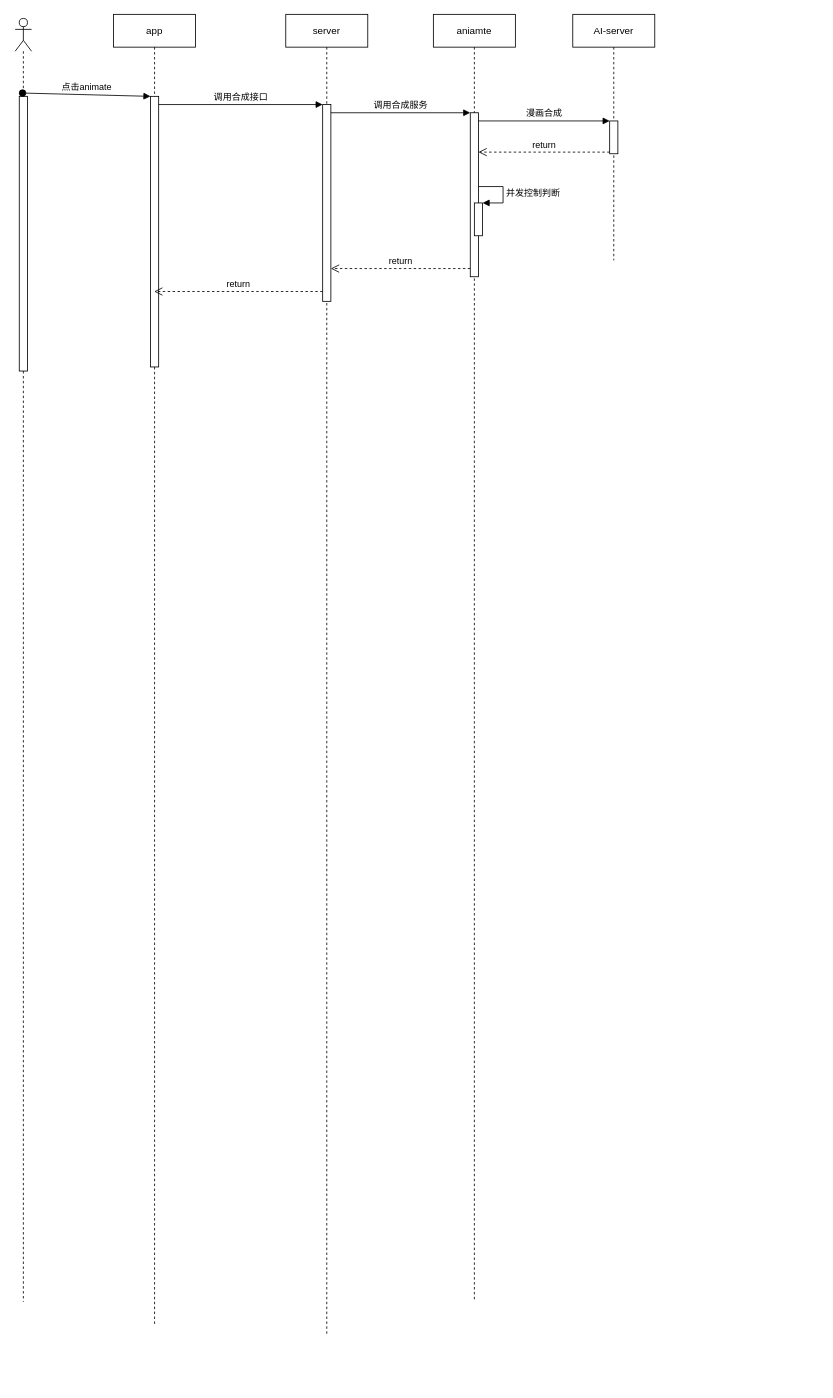
Above: 合成时序图.drawio in milletzhu/datasource (draw.io), before the change. Source tidied: cells renumbered, new cells numbered last; positions are measured from the earlier drawing's top-left corner, leaving out a move shared by most shapes. Both pictures are drawn from the tidied source at 82%, with x=0, y=0 at pixel (15, 14).
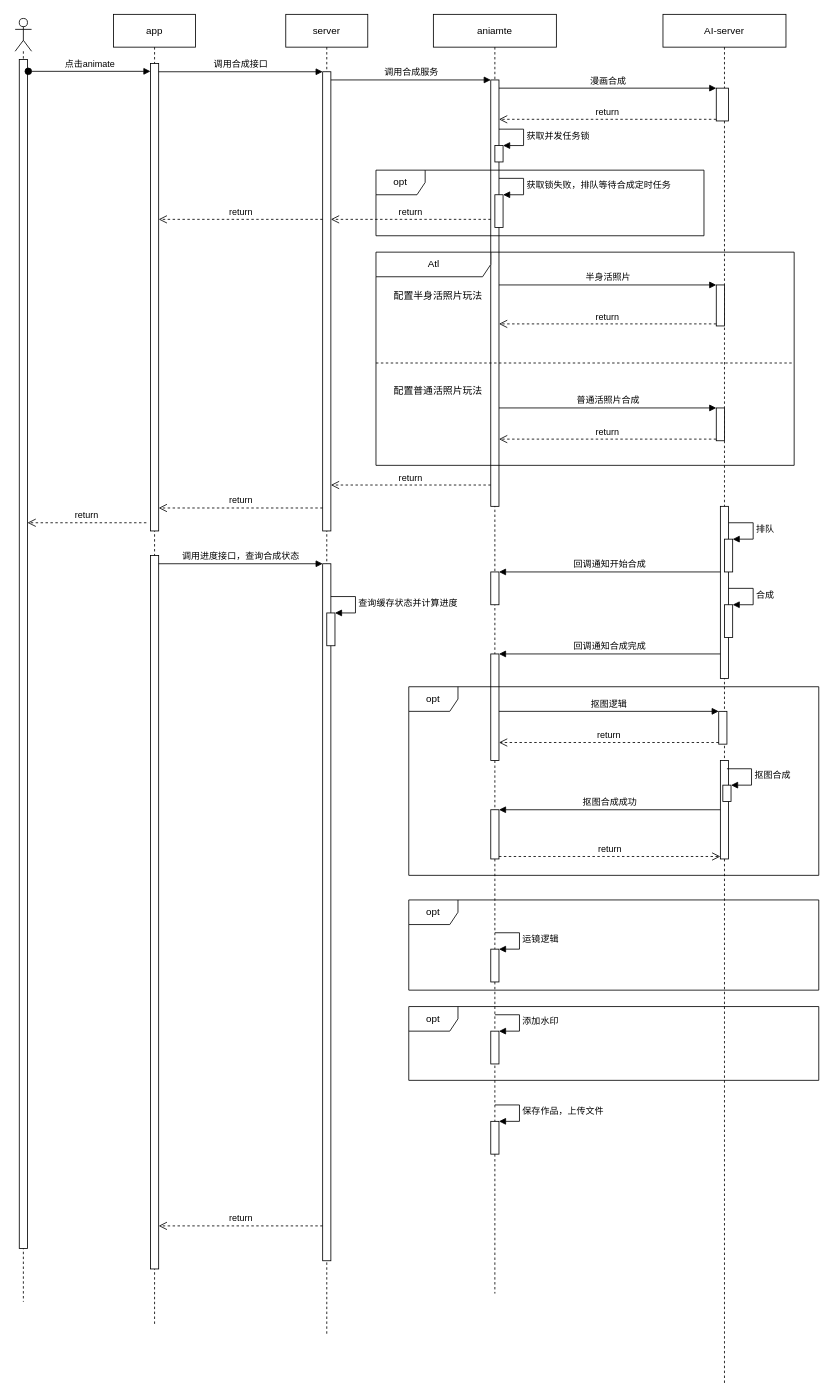
After the change.

Commit message (it also covers changes not shown here):
更新合成时序图.drawio

Unchanged cells that the change refers to:
```xml
<mxCell id="2" value="app" style="shape=umlLifeline;perimeter=lifelinePerimeter;whiteSpace=wrap;html=1;outlineConnect=0;" parent="1" vertex="1">
  <mxGeometry x="120" width="100" height="1600" as="geometry" />
</mxCell>
<mxCell id="4" value="server" style="shape=umlLifeline;perimeter=lifelinePerimeter;whiteSpace=wrap;html=1;" parent="1" vertex="1">
  <mxGeometry x="330" width="100" height="1610" as="geometry" />
</mxCell>
<mxCell id="10" style="shape=umlLifeline;participant=umlActor;perimeter=lifelinePerimeter;whiteSpace=wrap;html=1;verticalAlign=top;spacingTop=36;" parent="1" vertex="1">
  <mxGeometry y="5" width="20" height="1565" as="geometry" />
</mxCell>
```

What changed in the source:
```diff
@@
     <mxCell id="3" style="html=1;points=[];perimeter=orthogonalPerimeter;" parent="2" vertex="1">
-      <mxGeometry x="45" y="100" width="10" height="330" as="geometry" />
+      <mxGeometry x="45" y="60" width="10" height="570" as="geometry" />
     </mxCell>
+    <mxCell id="21" style="html=1;points=[];perimeter=orthogonalPerimeter;" parent="2" vertex="1">
+      <mxGeometry x="45" y="660" width="10" height="870" as="geometry" />
+    </mxCell>
@@
     <mxCell id="5" style="html=1;points=[];perimeter=orthogonalPerimeter;" parent="4" vertex="1">
-      <mxGeometry x="45" y="110" width="10" height="240" as="geometry" />
+      <mxGeometry x="45" y="70" width="10" height="560" as="geometry" />
     </mxCell>
+    <mxCell id="22" style="html=1;points=[];perimeter=orthogonalPerimeter;" parent="4" vertex="1">
+      <mxGeometry x="45" y="670" width="10" height="850" as="geometry" />
+    </mxCell>
+    <mxCell id="23" style="html=1;points=[];perimeter=orthogonalPerimeter;" parent="4" vertex="1">
+      <mxGeometry x="50" y="730" width="10" height="40" as="geometry" />
+    </mxCell>
+    <mxCell id="24" value="查询缓存状态并计算进度" style="edgeStyle=orthogonalEdgeStyle;html=1;align=left;spacingLeft=2;endArrow=block;rounded=0;entryX=1;entryY=0;" parent="4" edge="1" target="23">
+      <mxGeometry relative="1" as="geometry">
+        <mxPoint x="55" y="710" as="sourcePoint" />
+        <Array as="points">
+          <mxPoint x="85" y="710" />
+        </Array>
+      </mxGeometry>
+    </mxCell>
     <mxCell id="6" value="aniamte" style="shape=umlLifeline;perimeter=lifelinePerimeter;whiteSpace=wrap;html=1;" parent="1" vertex="1">
-      <mxGeometry x="510" width="100" height="1570" as="geometry" />
+      <mxGeometry x="510" width="150" height="1560" as="geometry" />
     </mxCell>
     <mxCell id="7" style="html=1;points=[];perimeter=orthogonalPerimeter;" parent="6" vertex="1">
-      <mxGeometry x="45" y="120" width="10" height="200" as="geometry" />
+      <mxGeometry x="70" y="80" width="10" height="520" as="geometry" />
     </mxCell>
-    <mxCell id="8" style="html=1;points=[];perimeter=orthogonalPerimeter;" parent="6" vertex="1">
-      <mxGeometry x="50" y="230" width="10" height="40" as="geometry" />
-    </mxCell>
-    <mxCell id="9" value="并发控制判断" style="edgeStyle=orthogonalEdgeStyle;html=1;align=left;spacingLeft=2;endArrow=block;rounded=0;entryX=1;entryY=0;" parent="6" edge="1" target="8">
-      <mxGeometry relative="1" as="geometry">
-        <mxPoint x="55" y="210" as="sourcePoint" />
-        <Array as="points">
-          <mxPoint x="85" y="210" />
-        </Array>
-      </mxGeometry>
-    </mxCell>
+    <mxCell id="25" style="html=1;points=[];perimeter=orthogonalPerimeter;" parent="6" vertex="1">
+      <mxGeometry x="70" y="680" width="10" height="40" as="geometry" />
+    </mxCell>
+    <mxCell id="26" style="html=1;points=[];perimeter=orthogonalPerimeter;" parent="6" vertex="1">
+      <mxGeometry x="70" y="780" width="10" height="130" as="geometry" />
+    </mxCell>
+    <mxCell id="27" style="html=1;points=[];perimeter=orthogonalPerimeter;" parent="6" vertex="1">
+      <mxGeometry x="75" y="160" width="10" height="20" as="geometry" />
+    </mxCell>
+    <mxCell id="28" value="获取并发任务锁" style="edgeStyle=orthogonalEdgeStyle;html=1;align=left;spacingLeft=2;endArrow=block;rounded=0;entryX=1;entryY=0;" parent="6" edge="1" target="27">
+      <mxGeometry relative="1" as="geometry">
+        <mxPoint x="80" y="140" as="sourcePoint" />
+        <Array as="points">
+          <mxPoint x="110" y="140" />
+        </Array>
+      </mxGeometry>
+    </mxCell>
+    <mxCell id="29" style="html=1;points=[];perimeter=orthogonalPerimeter;" parent="6" vertex="1">
+      <mxGeometry x="75" y="220" width="10" height="40" as="geometry" />
+    </mxCell>
+    <mxCell id="30" value="获取锁失败，排队等待合成定时任务" style="edgeStyle=orthogonalEdgeStyle;html=1;align=left;spacingLeft=2;endArrow=block;rounded=0;entryX=1;entryY=0;" parent="6" edge="1" target="29">
+      <mxGeometry relative="1" as="geometry">
+        <mxPoint x="80" y="200" as="sourcePoint" />
+        <Array as="points">
+          <mxPoint x="110" y="200" />
+        </Array>
+      </mxGeometry>
+    </mxCell>
+    <mxCell id="31" style="html=1;points=[];perimeter=orthogonalPerimeter;" parent="6" vertex="1">
+      <mxGeometry x="70" y="970" width="10" height="60" as="geometry" />
+    </mxCell>
+    <mxCell id="32" style="html=1;points=[];perimeter=orthogonalPerimeter;" parent="6" vertex="1">
+      <mxGeometry x="70" y="1140" width="10" height="40" as="geometry" />
+    </mxCell>
+    <mxCell id="33" value="运镜逻辑" style="edgeStyle=orthogonalEdgeStyle;html=1;align=left;spacingLeft=2;endArrow=block;rounded=0;entryX=1;entryY=0;" parent="6" edge="1" target="32">
+      <mxGeometry relative="1" as="geometry">
+        <mxPoint x="75" y="1120" as="sourcePoint" />
+        <Array as="points">
+          <mxPoint x="105" y="1120" />
+        </Array>
+      </mxGeometry>
+    </mxCell>
+    <mxCell id="34" style="html=1;points=[];perimeter=orthogonalPerimeter;" parent="6" vertex="1">
+      <mxGeometry x="70" y="1240" width="10" height="40" as="geometry" />
+    </mxCell>
+    <mxCell id="35" value="添加水印" style="edgeStyle=orthogonalEdgeStyle;html=1;align=left;spacingLeft=2;endArrow=block;rounded=0;entryX=1;entryY=0;" parent="6" edge="1" target="34">
+      <mxGeometry relative="1" as="geometry">
+        <mxPoint x="75" y="1220" as="sourcePoint" />
+        <Array as="points">
+          <mxPoint x="105" y="1220" />
+        </Array>
+      </mxGeometry>
+    </mxCell>
+    <mxCell id="36" style="html=1;points=[];perimeter=orthogonalPerimeter;" parent="6" vertex="1">
+      <mxGeometry x="70" y="1350" width="10" height="40" as="geometry" />
+    </mxCell>
+    <mxCell id="37" value="保存作品，上传文件" style="edgeStyle=orthogonalEdgeStyle;html=1;align=left;spacingLeft=2;endArrow=block;rounded=0;entryX=1;entryY=0;" parent="6" edge="1" target="36">
+      <mxGeometry relative="1" as="geometry">
+        <mxPoint x="75" y="1330" as="sourcePoint" />
+        <Array as="points">
+          <mxPoint x="105" y="1330" />
+        </Array>
+      </mxGeometry>
+    </mxCell>
@@
     <mxCell id="11" style="html=1;points=[];perimeter=orthogonalPerimeter;" parent="10" vertex="1">
-      <mxGeometry x="5" y="95" width="10" height="335" as="geometry" />
+      <mxGeometry x="5" y="50" width="10" height="1450" as="geometry" />
     </mxCell>
     <mxCell id="12" value="AI-server" style="shape=umlLifeline;perimeter=lifelinePerimeter;whiteSpace=wrap;html=1;" parent="1" vertex="1">
-      <mxGeometry x="680" width="100" height="300" as="geometry" />
+      <mxGeometry x="790" width="150" height="1670" as="geometry" />
     </mxCell>
     <mxCell id="13" style="html=1;points=[];perimeter=orthogonalPerimeter;" parent="12" vertex="1">
-      <mxGeometry x="45" y="130" width="10" height="40" as="geometry" />
+      <mxGeometry x="65" y="90" width="15" height="40" as="geometry" />
     </mxCell>
+    <mxCell id="38" style="html=1;points=[];perimeter=orthogonalPerimeter;" parent="12" vertex="1">
+      <mxGeometry x="65" y="480" width="10" height="40" as="geometry" />
+    </mxCell>
+    <mxCell id="39" style="html=1;points=[];perimeter=orthogonalPerimeter;" parent="12" vertex="1">
+      <mxGeometry x="65" y="330" width="10" height="50" as="geometry" />
+    </mxCell>
+    <mxCell id="40" value="Atl" style="shape=umlFrame;tabWidth=110;tabHeight=30;tabPosition=left;html=1;boundedLbl=1;labelInHeader=1;width=140;height=30;" parent="12" vertex="1">
+      <mxGeometry x="-350" y="290" width="510" height="260" as="geometry" />
+    </mxCell>
+    <mxCell id="41" value="配置半身活照片玩法" style="text;" parent="40" vertex="1">
+      <mxGeometry width="100" height="20" relative="1" as="geometry">
+        <mxPoint x="20" y="40" as="offset" />
+      </mxGeometry>
+    </mxCell>
+    <mxCell id="42" value="配置普通活照片玩法" style="line;strokeWidth=1;dashed=1;labelPosition=center;verticalLabelPosition=bottom;align=left;verticalAlign=top;spacingLeft=20;spacingTop=15;" parent="40" vertex="1">
+      <mxGeometry y="130" width="510" height="10.4" as="geometry" />
+    </mxCell>
+    <mxCell id="43" style="html=1;points=[];perimeter=orthogonalPerimeter;" parent="12" vertex="1">
+      <mxGeometry x="70" y="600" width="10" height="210" as="geometry" />
+    </mxCell>
+    <mxCell id="44" style="html=1;points=[];perimeter=orthogonalPerimeter;" parent="12" vertex="1">
+      <mxGeometry x="75" y="640" width="10" height="40" as="geometry" />
+    </mxCell>
+    <mxCell id="45" value="排队" style="edgeStyle=orthogonalEdgeStyle;html=1;align=left;spacingLeft=2;endArrow=block;rounded=0;entryX=1;entryY=0;" parent="12" edge="1" target="44">
+      <mxGeometry relative="1" as="geometry">
+        <mxPoint x="80" y="620" as="sourcePoint" />
+        <Array as="points">
+          <mxPoint x="110" y="620" />
+        </Array>
+      </mxGeometry>
+    </mxCell>
+    <mxCell id="46" style="html=1;points=[];perimeter=orthogonalPerimeter;" parent="12" vertex="1">
+      <mxGeometry x="75" y="720" width="10" height="40" as="geometry" />
+    </mxCell>
+    <mxCell id="47" value="合成" style="edgeStyle=orthogonalEdgeStyle;html=1;align=left;spacingLeft=2;endArrow=block;rounded=0;entryX=1;entryY=0;" parent="12" edge="1" target="46">
+      <mxGeometry relative="1" as="geometry">
+        <mxPoint x="80" y="700" as="sourcePoint" />
+        <Array as="points">
+          <mxPoint x="110" y="700" />
+        </Array>
+      </mxGeometry>
+    </mxCell>
+    <mxCell id="48" style="html=1;points=[];perimeter=orthogonalPerimeter;" parent="12" vertex="1">
+      <mxGeometry x="68" y="850" width="10" height="40" as="geometry" />
+    </mxCell>
+    <mxCell id="49" style="html=1;points=[];perimeter=orthogonalPerimeter;" parent="12" vertex="1">
+      <mxGeometry x="70" y="910" width="10" height="120" as="geometry" />
+    </mxCell>
+    <mxCell id="50" style="html=1;points=[];perimeter=orthogonalPerimeter;" parent="12" vertex="1">
+      <mxGeometry x="73" y="940" width="10" height="20" as="geometry" />
+    </mxCell>
+    <mxCell id="51" value="抠图合成" style="edgeStyle=orthogonalEdgeStyle;html=1;align=left;spacingLeft=2;endArrow=block;rounded=0;entryX=1;entryY=0;" parent="12" edge="1" target="50">
+      <mxGeometry relative="1" as="geometry">
+        <mxPoint x="78" y="920" as="sourcePoint" />
+        <Array as="points">
+          <mxPoint x="108" y="920" />
+        </Array>
+      </mxGeometry>
+    </mxCell>
-    <mxCell id="14" value="点击animate" style="html=1;verticalAlign=bottom;startArrow=oval;endArrow=block;startSize=8;rounded=0;exitX=0.4;exitY=-0.012;exitDx=0;exitDy=0;exitPerimeter=0;" parent="1" edge="1" source="11" target="3">
+    <mxCell id="14" value="点击animate" style="html=1;verticalAlign=bottom;startArrow=oval;endArrow=block;startSize=8;rounded=0;exitX=1.1;exitY=0.01;exitDx=0;exitDy=0;exitPerimeter=0;" parent="1" edge="1" source="11" target="3">
       <mxGeometry relative="1" as="geometry" />
     </mxCell>
@@
-    <mxCell id="16" value="return" style="html=1;verticalAlign=bottom;endArrow=open;dashed=1;endSize=8;exitX=0;exitY=0.95;rounded=0;" parent="1" edge="1" source="5" target="2">
+    <mxCell id="16" value="return" style="html=1;verticalAlign=bottom;endArrow=open;dashed=1;endSize=8;exitX=0;exitY=0.95;rounded=0;" parent="1" edge="1" source="5" target="3">
       <mxGeometry relative="1" as="geometry" />
     </mxCell>
@@
+    <mxCell id="52" value="普通活照片合成" style="html=1;verticalAlign=bottom;endArrow=block;entryX=0;entryY=0;rounded=0;" parent="1" edge="1" source="7" target="38">
+      <mxGeometry relative="1" as="geometry" />
+    </mxCell>
+    <mxCell id="53" value="return" style="html=1;verticalAlign=bottom;endArrow=open;dashed=1;endSize=8;exitX=0;exitY=0.95;rounded=0;" parent="1" edge="1" source="38" target="7">
+      <mxGeometry relative="1" as="geometry" />
+    </mxCell>
+    <mxCell id="54" value="半身活照片" style="html=1;verticalAlign=bottom;endArrow=block;entryX=0;entryY=0;rounded=0;" parent="1" edge="1" source="7" target="39">
+      <mxGeometry relative="1" as="geometry" />
+    </mxCell>
+    <mxCell id="55" value="return" style="html=1;verticalAlign=bottom;endArrow=open;dashed=1;endSize=8;exitX=0;exitY=0.95;rounded=0;" parent="1" edge="1" source="39" target="7">
+      <mxGeometry relative="1" as="geometry" />
+    </mxCell>
+    <mxCell id="56" value="return" style="html=1;verticalAlign=bottom;endArrow=open;dashed=1;endSize=8;rounded=0;" parent="1" edge="1" target="11">
+      <mxGeometry relative="1" as="geometry">
+        <mxPoint x="160" y="620" as="sourcePoint" />
+      </mxGeometry>
+    </mxCell>
+    <mxCell id="57" value="调用进度接口，查询合成状态" style="html=1;verticalAlign=bottom;endArrow=block;entryX=0;entryY=0;rounded=0;" parent="1" edge="1" source="21" target="22">
+      <mxGeometry relative="1" as="geometry" />
+    </mxCell>
+    <mxCell id="58" value="return" style="html=1;verticalAlign=bottom;endArrow=open;dashed=1;endSize=8;exitX=0;exitY=0.95;rounded=0;" parent="1" edge="1" source="22" target="21">
+      <mxGeometry relative="1" as="geometry" />
+    </mxCell>
+    <mxCell id="59" value="回调通知开始合成" style="html=1;verticalAlign=bottom;endArrow=block;entryX=1;entryY=0;rounded=0;" parent="1" edge="1" source="43" target="25">
+      <mxGeometry relative="1" as="geometry" />
+    </mxCell>
+    <mxCell id="60" value="回调通知合成完成" style="html=1;verticalAlign=bottom;endArrow=block;entryX=1;entryY=0;rounded=0;" parent="1" edge="1" source="43" target="26">
+      <mxGeometry relative="1" as="geometry" />
+    </mxCell>
+    <mxCell id="61" value="return" style="html=1;verticalAlign=bottom;endArrow=open;dashed=1;endSize=8;rounded=0;" parent="1" edge="1" target="5">
+      <mxGeometry relative="1" as="geometry">
+        <mxPoint x="580" y="250" as="sourcePoint" />
+      </mxGeometry>
+    </mxCell>
+    <mxCell id="62" value="opt" style="shape=umlFrame;whiteSpace=wrap;html=1;" parent="1" vertex="1">
+      <mxGeometry x="440" y="190" width="400" height="80" as="geometry" />
+    </mxCell>
+    <mxCell id="63" value="return" style="html=1;verticalAlign=bottom;endArrow=open;dashed=1;endSize=8;rounded=0;" parent="1" edge="1" target="3">
+      <mxGeometry relative="1" as="geometry">
+        <mxPoint x="375" y="250" as="sourcePoint" />
+      </mxGeometry>
+    </mxCell>
+    <mxCell id="64" value="return" style="html=1;verticalAlign=bottom;endArrow=open;dashed=1;endSize=8;exitX=0;exitY=0.95;rounded=0;" parent="1" edge="1" source="48" target="26">
+      <mxGeometry relative="1" as="geometry" />
+    </mxCell>
+    <mxCell id="65" value="抠图逻辑" style="html=1;verticalAlign=bottom;endArrow=block;entryX=0;entryY=0;rounded=0;" parent="1" edge="1" source="26" target="48">
+      <mxGeometry relative="1" as="geometry" />
+    </mxCell>
+    <mxCell id="66" value="抠图合成成功" style="html=1;verticalAlign=bottom;endArrow=block;entryX=1;entryY=0;rounded=0;" parent="1" edge="1" source="49" target="31">
+      <mxGeometry relative="1" as="geometry" />
+    </mxCell>
+    <mxCell id="67" value="return" style="html=1;verticalAlign=bottom;endArrow=open;dashed=1;endSize=8;exitX=1;exitY=0.95;rounded=0;" parent="1" edge="1" source="31" target="49">
+      <mxGeometry relative="1" as="geometry" />
+    </mxCell>
+    <mxCell id="68" value="opt" style="shape=umlFrame;whiteSpace=wrap;html=1;" parent="1" vertex="1">
+      <mxGeometry x="480" y="820" width="500" height="230" as="geometry" />
+    </mxCell>
+    <mxCell id="69" value="opt" style="shape=umlFrame;whiteSpace=wrap;html=1;" parent="1" vertex="1">
+      <mxGeometry x="480" y="1080" width="500" height="110" as="geometry" />
+    </mxCell>
+    <mxCell id="70" value="opt" style="shape=umlFrame;whiteSpace=wrap;html=1;" parent="1" vertex="1">
+      <mxGeometry x="480" y="1210" width="500" height="90" as="geometry" />
+    </mxCell>
```
